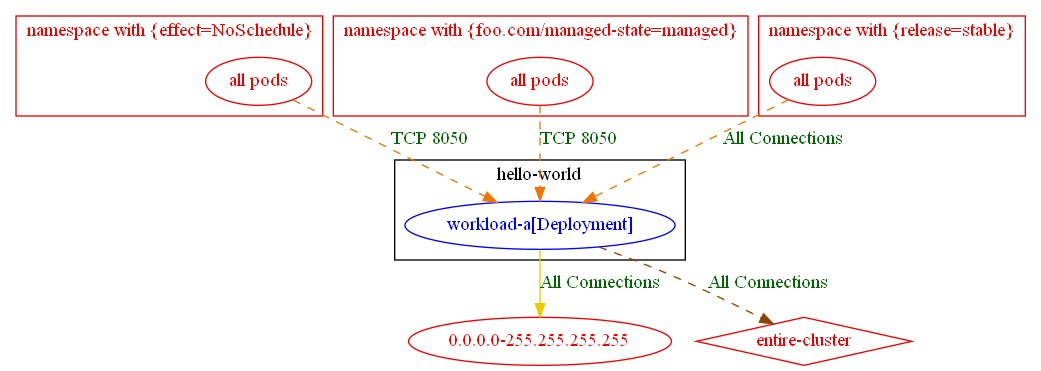
Earlier version of the Graphviz export test_outputs/connlist/exposure_test_multiple_unmatched_rules_connlist_output.dot.png (np-guard/netpol-analyzer). Its source is kept beside it as test_outputs/connlist/exposure_test_multiple_unmatched_rules_connlist_output.dot.
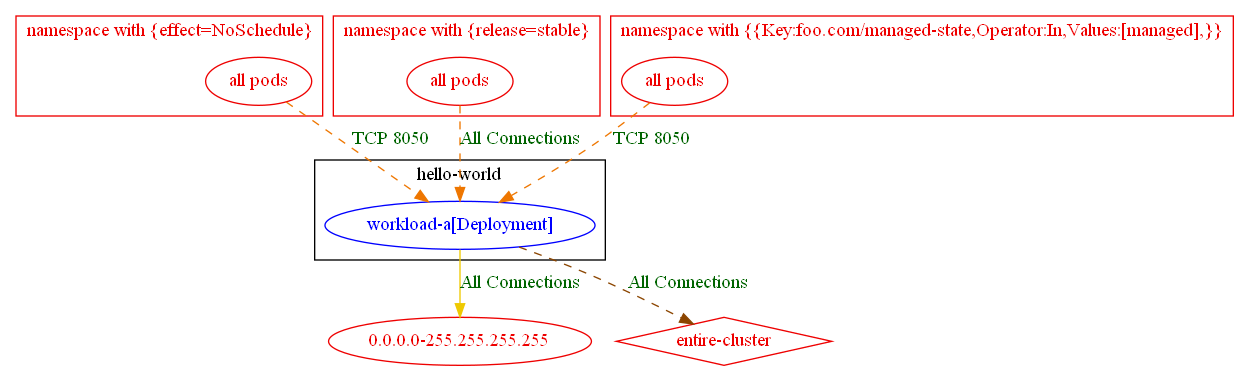
After the change.

Change to the diagram source:
```diff
@@ -11,23 +11,23 @@
 		"all pods_in_namespace with {effect=NoSchedule}" [label="all pods" color="red2" fontcolor="red2"]
 		label="namespace with {effect=NoSchedule}"
 	}
-	subgraph "cluster_namespace with {foo.com/managed_state=managed}" {
-		color="red2"
-		fontcolor="red2"
-		"all pods_in_namespace with {foo.com/managed-state=managed}" [label="all pods" color="red2" fontcolor="red2"]
-		label="namespace with {foo.com/managed-state=managed}"
-	}
 	subgraph "cluster_namespace with {release=stable}" {
 		color="red2"
 		fontcolor="red2"
 		"all pods_in_namespace with {release=stable}" [label="all pods" color="red2" fontcolor="red2"]
 		label="namespace with {release=stable}"
 	}
+	subgraph "cluster_namespace with {{Key:foo.com/managed_state,Operator:In,Values:[managed],}}" {
+		color="red2"
+		fontcolor="red2"
+		"all pods_in_namespace with {{Key:foo.com/managed-state,Operator:In,Values:[managed],}}" [label="all pods" color="red2" fontcolor="red2"]
+		label="namespace with {{Key:foo.com/managed-state,Operator:In,Values:[managed],}}"
+	}
 	"0.0.0.0-255.255.255.255" [label="0.0.0.0-255.255.255.255" color="red2" fontcolor="red2"]
 	"entire-cluster" [label="entire-cluster" color="red2" fontcolor="red2" shape=diamond]
 	"all pods_in_namespace with {effect=NoSchedule}" -> "hello-world/workload-a[Deployment]" [label="TCP 8050" color="darkorange2" fontcolor="darkgreen" weight=1 style=dashed]
-	"all pods_in_namespace with {foo.com/managed-state=managed}" -> "hello-world/workload-a[Deployment]" [label="TCP 8050" color="darkorange2" fontcolor="darkgreen" weight=1 style=dashed]
 	"all pods_in_namespace with {release=stable}" -> "hello-world/workload-a[Deployment]" [label="All Connections" color="darkorange2" fontcolor="darkgreen" weight=1 style=dashed]
+	"all pods_in_namespace with {{Key:foo.com/managed-state,Operator:In,Values:[managed],}}" -> "hello-world/workload-a[Deployment]" [label="TCP 8050" color="darkorange2" fontcolor="darkgreen" weight=1 style=dashed]
 	"hello-world/workload-a[Deployment]" -> "0.0.0.0-255.255.255.255" [label="All Connections" color="gold2" fontcolor="darkgreen"]
 	"hello-world/workload-a[Deployment]" -> "entire-cluster" [label="All Connections" color="darkorange4" fontcolor="darkgreen" weight=0.5 style=dashed]
 }
```
